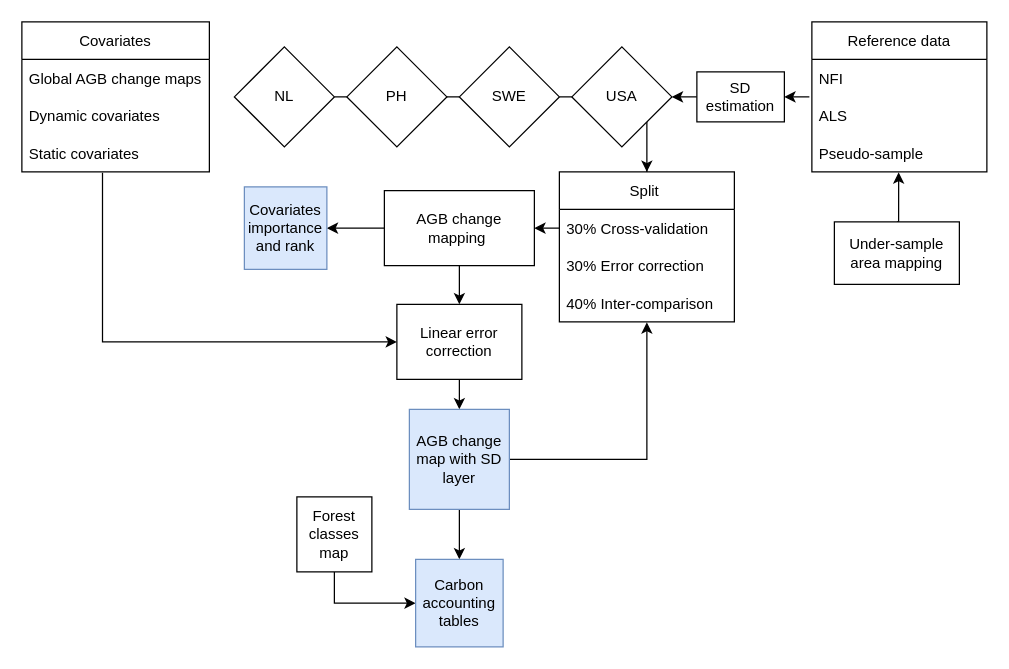
Before: Paper3.drawio in arnanaraza/diagrams, a draw.io diagram. Source tidied: cells renumbered, new cells numbered last; positions are measured from the earlier drawing's top-left corner, leaving out a move shared by most shapes. Both pictures are drawn from the tidied source at 125%, with x=0, y=0 at pixel (21, 21).
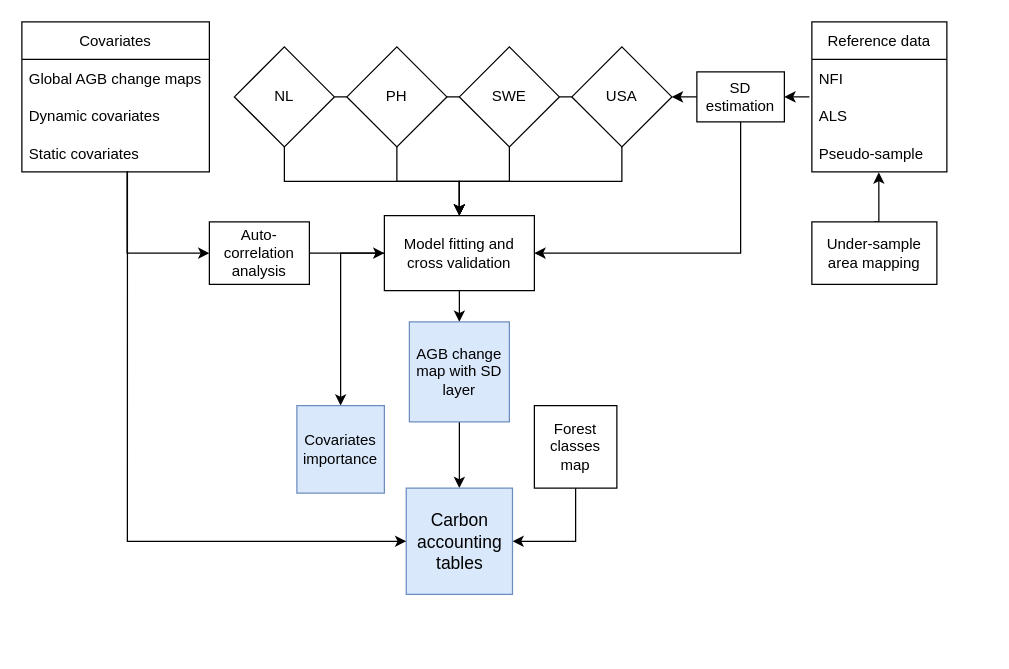
The same page after the edit.

Unchanged cells that the change refers to:
```xml
<mxCell id="6" value="SD estimation" style="rounded=0;whiteSpace=wrap;html=1;" parent="1" vertex="1">
  <mxGeometry x="540" y="40" width="70" height="40" as="geometry" />
</mxCell>
<mxCell id="10" value="Static covariates" style="text;strokeColor=none;fillColor=none;align=left;verticalAlign=middle;spacingLeft=4;spacingRight=4;overflow=hidden;points=[[0,0.5],[1,0.5]];portConstraint=eastwest;" parent="7" vertex="1">
  <mxGeometry y="90" width="150" height="30" as="geometry" />
</mxCell>
<mxCell id="17" value="NL" style="rhombus;whiteSpace=wrap;html=1;" parent="1" vertex="1">
  <mxGeometry x="170" y="20" width="80" height="80" as="geometry" />
</mxCell>
<mxCell id="19" value="PH" style="rhombus;whiteSpace=wrap;html=1;" parent="1" vertex="1">
  <mxGeometry x="260" y="20" width="80" height="80" as="geometry" />
</mxCell>
<mxCell id="21" value="SWE" style="rhombus;whiteSpace=wrap;html=1;" parent="1" vertex="1">
  <mxGeometry x="350" y="20" width="80" height="80" as="geometry" />
</mxCell>
<mxCell id="23" value="USA" style="rhombus;whiteSpace=wrap;html=1;" parent="1" vertex="1">
  <mxGeometry x="440" y="20" width="80" height="80" as="geometry" />
</mxCell>
```

Change to the diagram source:
```diff
@@
-    <mxCell id="2" style="edgeStyle=orthogonalEdgeStyle;rounded=0;jettySize=auto;html=1;exitX=0.5;exitY=1;exitDx=0;exitDy=0;entryX=0.5;entryY=0;entryDx=0;entryDy=0;fontSize=10;" parent="1" edge="1" source="4" target="28">
-      <mxGeometry relative="1" as="geometry" />
-    </mxCell>
-    <mxCell id="3" style="edgeStyle=orthogonalEdgeStyle;rounded=0;jettySize=auto;html=1;exitX=0;exitY=0.5;exitDx=0;exitDy=0;entryX=1;entryY=0.5;entryDx=0;entryDy=0;" parent="1" edge="1" source="4" target="26">
-      <mxGeometry relative="1" as="geometry" />
-    </mxCell>
+    <mxCell id="41" style="edgeStyle=orthogonalEdgeStyle;rounded=0;jettySize=auto;html=1;exitX=0.5;exitY=1;exitDx=0;exitDy=0;entryX=0.5;entryY=0;entryDx=0;entryDy=0;" parent="1" edge="1" source="4" target="37">
+      <mxGeometry relative="1" as="geometry" />
+    </mxCell>
+    <mxCell id="42" style="edgeStyle=orthogonalEdgeStyle;rounded=0;jettySize=auto;html=1;exitX=0;exitY=0.5;exitDx=0;exitDy=0;entryX=0.5;entryY=0;entryDx=0;entryDy=0;fontColor=default;" parent="1" edge="1" source="4" target="53">
+      <mxGeometry relative="1" as="geometry" />
+    </mxCell>
-    <mxCell id="4" value="AGB change mapping&amp;nbsp;" style="rounded=0;whiteSpace=wrap;html=1;" parent="1" vertex="1">
-      <mxGeometry x="290" y="135" width="120" height="60" as="geometry" />
+    <mxCell id="4" value="Model fitting and cross validation" style="rounded=0;whiteSpace=wrap;html=1;" parent="1" vertex="1">
+      <mxGeometry x="290" y="155" width="120" height="60" as="geometry" />
     </mxCell>
@@
+    <mxCell id="43" style="edgeStyle=orthogonalEdgeStyle;rounded=0;jettySize=auto;html=1;exitX=0.5;exitY=1;exitDx=0;exitDy=0;entryX=1;entryY=0.5;entryDx=0;entryDy=0;" parent="1" edge="1" source="6" target="4">
+      <mxGeometry relative="1" as="geometry" />
+    </mxCell>
@@
+    <mxCell id="44" style="edgeStyle=orthogonalEdgeStyle;rounded=0;jettySize=auto;html=1;exitX=0.531;exitY=0.993;exitDx=0;exitDy=0;exitPerimeter=0;startArrow=none;" parent="1" edge="1" source="51">
+      <mxGeometry relative="1" as="geometry">
+        <mxPoint x="180" y="185" as="targetPoint" />
+      </mxGeometry>
+    </mxCell>
@@
     <mxCell id="12" value="Reference data" style="swimlane;fontStyle=0;horizontal=1;startSize=30;" parent="1" vertex="1">
-      <mxGeometry x="632" width="140" height="120" as="geometry" />
+      <mxGeometry x="632" width="108" height="120" as="geometry" />
     </mxCell>
     <mxCell id="13" value="NFI" style="text;strokeColor=none;fillColor=none;align=left;verticalAlign=middle;spacingLeft=4;spacingRight=4;overflow=hidden;" parent="12" vertex="1">
-      <mxGeometry y="30" width="140" height="30" as="geometry" />
+      <mxGeometry y="30" width="108" height="30" as="geometry" />
     </mxCell>
     <mxCell id="14" value="ALS" style="text;strokeColor=none;fillColor=none;align=left;verticalAlign=middle;spacingLeft=4;spacingRight=4;overflow=hidden;" parent="12" vertex="1">
-      <mxGeometry y="60" width="140" height="30" as="geometry" />
+      <mxGeometry y="60" width="108" height="30" as="geometry" />
     </mxCell>
     <mxCell id="15" value="Pseudo-sample" style="text;strokeColor=none;fillColor=none;align=left;verticalAlign=middle;spacingLeft=4;spacingRight=4;overflow=hidden;points=[[0,0.5],[1,0.5]];portConstraint=eastwest;" parent="12" vertex="1">
-      <mxGeometry y="90" width="140" height="30" as="geometry" />
+      <mxGeometry y="90" width="108" height="30" as="geometry" />
     </mxCell>
@@
+    <mxCell id="45" style="edgeStyle=orthogonalEdgeStyle;rounded=0;jettySize=auto;html=1;exitX=0.5;exitY=1;exitDx=0;exitDy=0;entryX=0.5;entryY=0;entryDx=0;entryDy=0;" parent="1" edge="1" source="17" target="4">
+      <mxGeometry relative="1" as="geometry" />
+    </mxCell>
@@
+    <mxCell id="46" style="edgeStyle=orthogonalEdgeStyle;rounded=0;jettySize=auto;html=1;exitX=0.5;exitY=1;exitDx=0;exitDy=0;entryX=0.5;entryY=0;entryDx=0;entryDy=0;" parent="1" edge="1" source="19" target="4">
+      <mxGeometry relative="1" as="geometry" />
+    </mxCell>
@@
+    <mxCell id="47" style="edgeStyle=orthogonalEdgeStyle;rounded=0;jettySize=auto;html=1;exitX=0.5;exitY=1;exitDx=0;exitDy=0;entryX=0.5;entryY=0;entryDx=0;entryDy=0;" parent="1" edge="1" source="21" target="4">
+      <mxGeometry relative="1" as="geometry" />
+    </mxCell>
@@
-    <mxCell id="22" style="edgeStyle=orthogonalEdgeStyle;rounded=0;jettySize=auto;html=1;exitX=1;exitY=1;exitDx=0;exitDy=0;entryX=0.5;entryY=0;entryDx=0;entryDy=0;endArrow=classic;endFill=1;" parent="1" edge="1" source="23" target="30">
-      <mxGeometry relative="1" as="geometry" />
-    </mxCell>
+    <mxCell id="48" style="edgeStyle=orthogonalEdgeStyle;rounded=0;jettySize=auto;html=1;exitX=0.5;exitY=1;exitDx=0;exitDy=0;entryX=0.5;entryY=0;entryDx=0;entryDy=0;" parent="1" edge="1" source="23" target="4">
+      <mxGeometry relative="1" as="geometry" />
+    </mxCell>
@@
-    <mxCell id="24" style="edgeStyle=orthogonalEdgeStyle;rounded=0;jettySize=auto;html=1;exitX=0.5;exitY=1;exitDx=0;exitDy=0;entryX=0;entryY=0.5;entryDx=0;entryDy=0;" parent="1" edge="1" source="25" target="40">
-      <mxGeometry relative="1" as="geometry" />
-    </mxCell>
-    <mxCell id="25" value="&lt;span style=&quot;font-size: 12px;&quot;&gt;Forest classes map&lt;/span&gt;" style="whiteSpace=wrap;html=1;fontSize=10;" parent="1" vertex="1">
-      <mxGeometry x="220" y="380" width="60" height="60" as="geometry" />
-    </mxCell>
+    <mxCell id="49" style="edgeStyle=orthogonalEdgeStyle;rounded=0;jettySize=auto;html=1;exitX=0.5;exitY=1;exitDx=0;exitDy=0;entryX=1;entryY=0.5;entryDx=0;entryDy=0;fontColor=default;" parent="1" edge="1" source="26" target="40">
+      <mxGeometry relative="1" as="geometry" />
+    </mxCell>
-    <mxCell id="26" value="&lt;span style=&quot;font-size: 12px;&quot;&gt;Covariates importance and rank&lt;/span&gt;" style="whiteSpace=wrap;html=1;fontSize=10;fillColor=#dae8fc;strokeColor=#6c8ebf;" parent="1" vertex="1">
-      <mxGeometry x="178" y="132" width="66" height="66" as="geometry" />
+    <mxCell id="26" value="&lt;span style=&quot;font-size: 12px;&quot;&gt;Forest classes map&lt;/span&gt;" style="whiteSpace=wrap;html=1;fontSize=10;" parent="1" vertex="1">
+      <mxGeometry x="410" y="307" width="66" height="66" as="geometry" />
     </mxCell>
-    <mxCell id="27" style="edgeStyle=orthogonalEdgeStyle;rounded=0;jettySize=auto;html=1;exitX=0.5;exitY=1;exitDx=0;exitDy=0;entryX=0.5;entryY=0;entryDx=0;entryDy=0;fontSize=10;" parent="1" edge="1" source="28" target="37">
-      <mxGeometry relative="1" as="geometry" />
-    </mxCell>
-    <mxCell id="28" value="Linear error correction" style="rounded=0;whiteSpace=wrap;html=1;" parent="1" vertex="1">
-      <mxGeometry x="300" y="226" width="100" height="60" as="geometry" />
-    </mxCell>
-    <mxCell id="29" style="edgeStyle=orthogonalEdgeStyle;rounded=0;jettySize=auto;html=1;exitX=0.43;exitY=1.025;exitDx=0;exitDy=0;entryX=0;entryY=0.5;entryDx=0;entryDy=0;fontSize=10;exitPerimeter=0;" parent="1" edge="1" source="10" target="28">
-      <mxGeometry relative="1" as="geometry" />
-    </mxCell>
-    <mxCell id="30" value="Split " style="swimlane;fontStyle=0;horizontal=1;startSize=30;" parent="1" vertex="1">
-      <mxGeometry x="430" y="120" width="140" height="120" as="geometry" />
-    </mxCell>
-    <mxCell id="31" value="30% Cross-validation" style="text;strokeColor=none;fillColor=none;align=left;verticalAlign=middle;spacingLeft=4;spacingRight=4;overflow=hidden;points=[[0,0.5],[1,0.5]];portConstraint=eastwest;" parent="30" vertex="1">
-      <mxGeometry y="30" width="140" height="30" as="geometry" />
-    </mxCell>
-    <mxCell id="32" value="30% Error correction" style="text;strokeColor=none;fillColor=none;align=left;verticalAlign=middle;spacingLeft=4;spacingRight=4;overflow=hidden;" parent="30" vertex="1">
-      <mxGeometry y="60" width="140" height="30" as="geometry" />
-    </mxCell>
-    <mxCell id="33" value="40% Inter-comparison" style="text;strokeColor=none;fillColor=none;align=left;verticalAlign=middle;spacingLeft=4;spacingRight=4;overflow=hidden;points=[[0,0.5],[1,0.5]];portConstraint=eastwest;" parent="30" vertex="1">
-      <mxGeometry y="90" width="140" height="30" as="geometry" />
-    </mxCell>
-    <mxCell id="34" style="edgeStyle=orthogonalEdgeStyle;rounded=0;jettySize=auto;html=1;exitX=0;exitY=0.5;exitDx=0;exitDy=0;entryX=1;entryY=0.5;entryDx=0;entryDy=0;fontSize=10;" parent="1" edge="1" source="31" target="4">
-      <mxGeometry relative="1" as="geometry" />
-    </mxCell>
-    <mxCell id="35" style="edgeStyle=orthogonalEdgeStyle;rounded=0;jettySize=auto;html=1;exitX=1;exitY=0.5;exitDx=0;exitDy=0;entryX=0.5;entryY=1.013;entryDx=0;entryDy=0;entryPerimeter=0;fontSize=10;" parent="1" edge="1" source="37" target="33">
-      <mxGeometry relative="1" as="geometry" />
-    </mxCell>
@@
     <mxCell id="37" value="&lt;span style=&quot;font-size: 12px;&quot;&gt;AGB change map with SD layer&lt;/span&gt;" style="whiteSpace=wrap;html=1;fontSize=10;fillColor=#dae8fc;strokeColor=#6c8ebf;" parent="1" vertex="1">
-      <mxGeometry x="310" y="310" width="80" height="80" as="geometry" />
+      <mxGeometry x="310" y="240" width="80" height="80" as="geometry" />
     </mxCell>
@@
     <mxCell id="39" value="Under-sample area mapping" style="rounded=0;whiteSpace=wrap;html=1;" parent="1" vertex="1">
-      <mxGeometry x="650" y="160" width="100" height="50" as="geometry" />
+      <mxGeometry x="632" y="160" width="100" height="50" as="geometry" />
     </mxCell>
-    <mxCell id="40" value="&lt;span style=&quot;font-size: 12px;&quot;&gt;Carbon accounting tables&lt;/span&gt;" style="whiteSpace=wrap;html=1;fontSize=10;fillColor=#dae8fc;strokeColor=#6c8ebf;" parent="1" vertex="1">
-      <mxGeometry x="315" y="430" width="70" height="70" as="geometry" />
+    <mxCell id="40" value="&lt;font style=&quot;font-size: 14px;&quot;&gt;Carbon accounting tables&lt;/font&gt;" style="whiteSpace=wrap;html=1;fontSize=10;fillColor=#dae8fc;strokeColor=#6c8ebf;" parent="1" vertex="1">
+      <mxGeometry x="307.5" y="373" width="85" height="85" as="geometry" />
     </mxCell>
+    <mxCell id="50" style="edgeStyle=orthogonalEdgeStyle;rounded=0;jettySize=auto;html=1;exitX=1;exitY=0.5;exitDx=0;exitDy=0;entryX=0;entryY=0.5;entryDx=0;entryDy=0;" parent="1" edge="1" source="51" target="4">
+      <mxGeometry relative="1" as="geometry" />
+    </mxCell>
+    <mxCell id="51" value="Auto-correlation analysis" style="rounded=0;whiteSpace=wrap;html=1;" parent="1" vertex="1">
+      <mxGeometry x="150" y="160" width="80" height="50" as="geometry" />
+    </mxCell>
+    <mxCell id="52" style="edgeStyle=orthogonalEdgeStyle;rounded=0;jettySize=auto;html=1;exitX=0.563;exitY=0.979;exitDx=0;exitDy=0;exitPerimeter=0;endArrow=classic;entryX=0;entryY=0.5;entryDx=0;entryDy=0;endFill=1;" parent="1" edge="1" source="10" target="40">
+      <mxGeometry relative="1" as="geometry" />
+    </mxCell>
+    <mxCell id="53" value="&lt;span style=&quot;font-size: 12px;&quot;&gt;Covariates importance&lt;/span&gt;" style="whiteSpace=wrap;html=1;fontSize=10;fillColor=#dae8fc;strokeColor=#6c8ebf;" parent="1" vertex="1">
+      <mxGeometry x="220" y="307" width="70" height="70" as="geometry" />
+    </mxCell>
+    <mxCell id="54" style="edgeStyle=orthogonalEdgeStyle;rounded=0;jettySize=auto;html=1;exitX=0.561;exitY=1.014;exitDx=0;exitDy=0;exitPerimeter=0;endArrow=classic;entryX=0;entryY=0.5;entryDx=0;entryDy=0;endFill=1;" parent="1" edge="1" source="10" target="51">
+      <mxGeometry relative="1" as="geometry" />
+    </mxCell>
```
